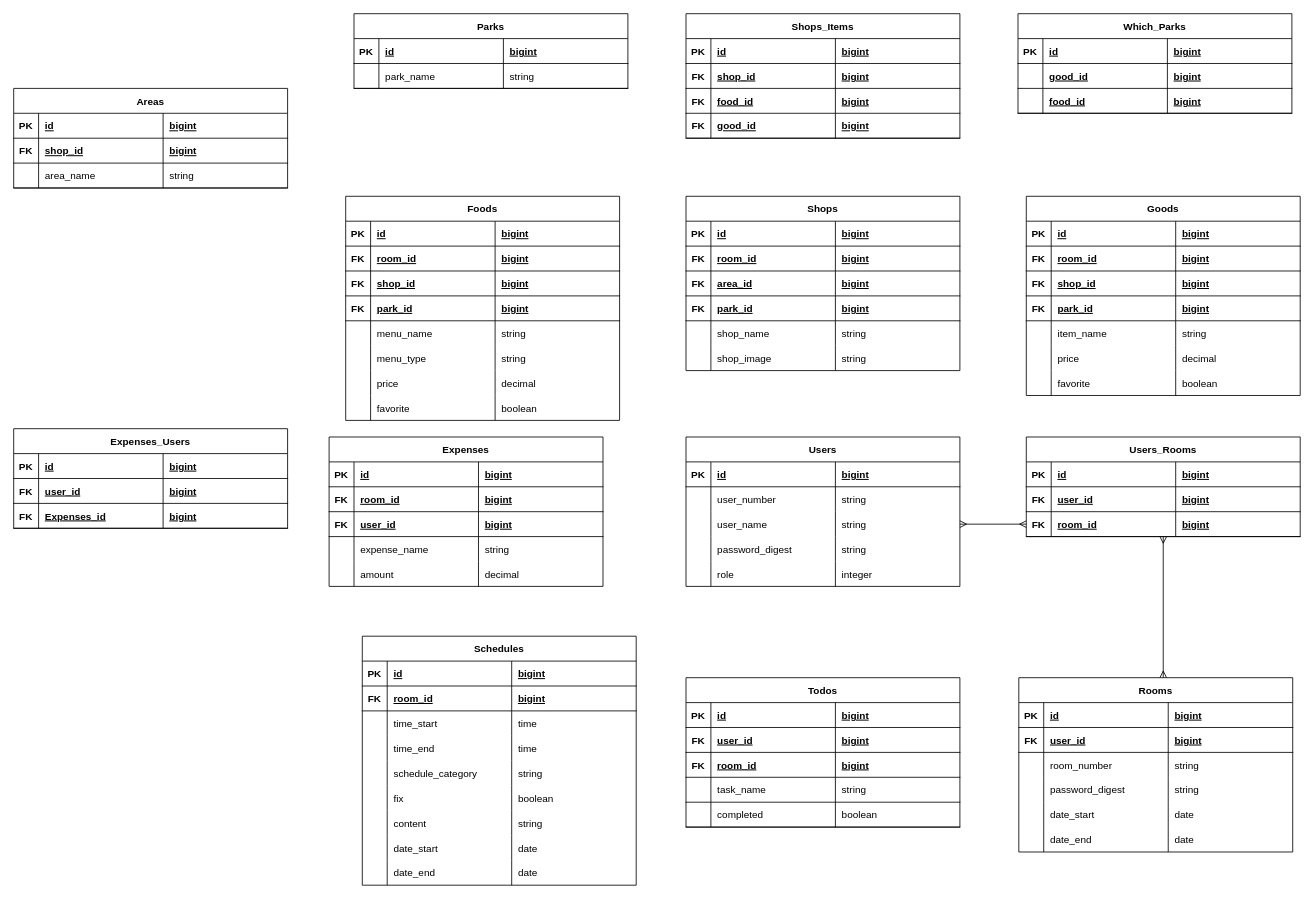
The draw.io diagram schedule_ER.dio in harumakimaki48/schedule, before the edit. Source tidied: cells renumbered, new cells numbered last; positions are measured from the earlier drawing's top-left corner, leaving out a move shared by most shapes. Both pictures are drawn from the tidied source at 83%, with x=0, y=0 at pixel (13, 13).
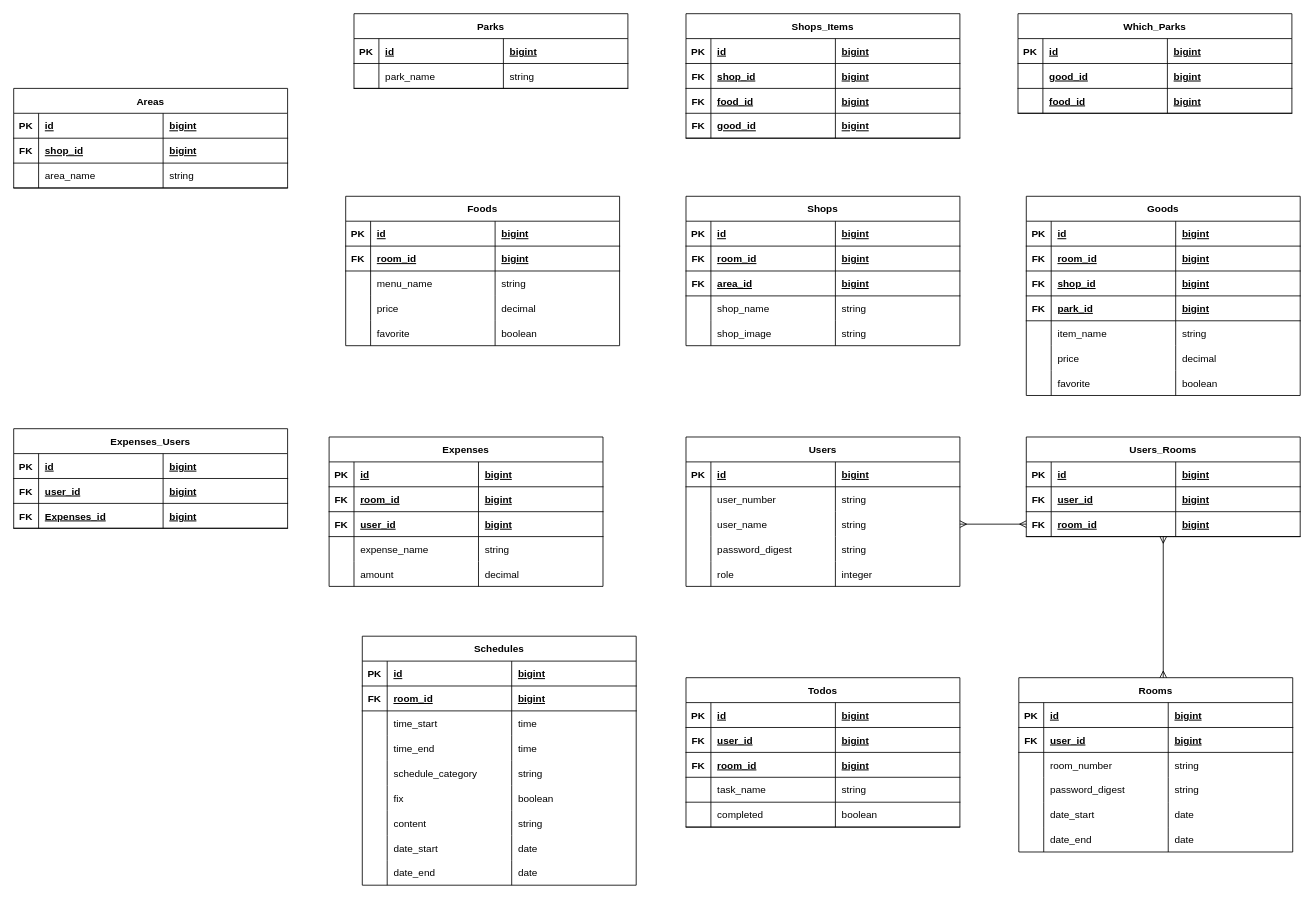
After the change.

Diff of the diagram source:
```diff
@@
     <mxCell id="85" value="Foods" style="shape=table;startSize=30;childLayout=tableLayout;rowLines=0;fontStyle=1;align=center;" parent="1" vertex="1">
-      <mxGeometry x="400" y="220" width="330" height="270" as="geometry" />
+      <mxGeometry x="400" y="220" width="330" height="180" as="geometry" />
     </mxCell>
@@
-    <mxCell id="94" style="shape=tableRow;horizontal=0;startSize=0;swimlaneHead=0;swimlaneBody=0;fillColor=none;top=0;left=0;right=0;bottom=1;" parent="85" vertex="1">
-      <mxGeometry y="90" width="330" height="30" as="geometry" />
-    </mxCell>
-    <mxCell id="95" value="FK" style="shape=partialRectangle;fillColor=none;top=0;left=0;bottom=0;right=0;fontStyle=1;overflow=hidden;" parent="94" vertex="1">
-      <mxGeometry width="30" height="30" as="geometry" />
-    </mxCell>
-    <mxCell id="96" value="shop_id" style="shape=partialRectangle;fillColor=none;top=0;left=0;bottom=0;right=0;align=left;spacingLeft=6;fontStyle=5;overflow=hidden;" parent="94" vertex="1">
-      <mxGeometry x="30" width="150" height="30" as="geometry" />
-    </mxCell>
-    <mxCell id="97" value="bigint" style="shape=partialRectangle;fillColor=none;top=0;left=0;bottom=0;right=0;align=left;spacingLeft=6;fontStyle=5;overflow=hidden;" parent="94" vertex="1">
-      <mxGeometry x="180" width="150" height="30" as="geometry" />
-    </mxCell>
-    <mxCell id="98" style="shape=tableRow;horizontal=0;startSize=0;swimlaneHead=0;swimlaneBody=0;fillColor=none;top=0;left=0;right=0;bottom=1;" parent="85" vertex="1">
-      <mxGeometry y="120" width="330" height="30" as="geometry" />
-    </mxCell>
-    <mxCell id="99" value="FK" style="shape=partialRectangle;fillColor=none;top=0;left=0;bottom=0;right=0;fontStyle=1;overflow=hidden;" parent="98" vertex="1">
-      <mxGeometry width="30" height="30" as="geometry" />
-    </mxCell>
-    <mxCell id="100" value="park_id" style="shape=partialRectangle;fillColor=none;top=0;left=0;bottom=0;right=0;align=left;spacingLeft=6;fontStyle=5;overflow=hidden;" parent="98" vertex="1">
-      <mxGeometry x="30" width="150" height="30" as="geometry" />
-    </mxCell>
-    <mxCell id="101" value="bigint" style="shape=partialRectangle;fillColor=none;top=0;left=0;bottom=0;right=0;align=left;spacingLeft=6;fontStyle=5;overflow=hidden;" parent="98" vertex="1">
-      <mxGeometry x="180" width="150" height="30" as="geometry" />
-    </mxCell>
     <mxCell id="102" style="shape=tableRow;horizontal=0;startSize=0;swimlaneHead=0;swimlaneBody=0;fillColor=none;top=0;left=0;right=0;bottom=0;" parent="85" vertex="1">
-      <mxGeometry y="150" width="330" height="30" as="geometry" />
+      <mxGeometry y="90" width="330" height="30" as="geometry" />
     </mxCell>
@@
-    <mxCell id="106" style="shape=tableRow;horizontal=0;startSize=0;swimlaneHead=0;swimlaneBody=0;fillColor=none;top=0;left=0;right=0;bottom=0;" parent="85" vertex="1">
-      <mxGeometry y="180" width="330" height="30" as="geometry" />
-    </mxCell>
-    <mxCell id="107" style="shape=partialRectangle;fillColor=none;top=0;left=0;bottom=0;right=0;overflow=hidden;" parent="106" vertex="1">
-      <mxGeometry width="30" height="30" as="geometry" />
-    </mxCell>
-    <mxCell id="108" value="menu_type" style="shape=partialRectangle;fillColor=none;top=0;left=0;bottom=0;right=0;align=left;spacingLeft=6;overflow=hidden;" parent="106" vertex="1">
-      <mxGeometry x="30" width="150" height="30" as="geometry" />
-    </mxCell>
-    <mxCell id="109" value="string" style="shape=partialRectangle;fillColor=none;top=0;left=0;bottom=0;right=0;align=left;spacingLeft=6;overflow=hidden;" parent="106" vertex="1">
-      <mxGeometry x="180" width="150" height="30" as="geometry" />
-    </mxCell>
     <mxCell id="110" style="shape=tableRow;horizontal=0;startSize=0;swimlaneHead=0;swimlaneBody=0;fillColor=none;top=0;left=0;right=0;bottom=0;" parent="85" vertex="1">
-      <mxGeometry y="210" width="330" height="30" as="geometry" />
+      <mxGeometry y="120" width="330" height="30" as="geometry" />
     </mxCell>
@@
     <mxCell id="114" style="shape=tableRow;horizontal=0;startSize=0;swimlaneHead=0;swimlaneBody=0;fillColor=none;top=0;left=0;right=0;bottom=0;" parent="85" vertex="1">
-      <mxGeometry y="240" width="330" height="30" as="geometry" />
+      <mxGeometry y="150" width="330" height="30" as="geometry" />
     </mxCell>
@@
     <mxCell id="168" value="Shops" style="shape=table;startSize=30;childLayout=tableLayout;rowLines=0;fontStyle=1;align=center;" parent="1" vertex="1">
-      <mxGeometry x="810" y="220" width="330" height="210" as="geometry" />
+      <mxGeometry x="810" y="220" width="330" height="180" as="geometry" />
     </mxCell>
@@
-    <mxCell id="181" style="shape=tableRow;horizontal=0;startSize=0;swimlaneHead=0;swimlaneBody=0;fillColor=none;top=0;left=0;right=0;bottom=1;" parent="168" vertex="1">
-      <mxGeometry y="120" width="330" height="30" as="geometry" />
-    </mxCell>
-    <mxCell id="182" value="FK" style="shape=partialRectangle;fillColor=none;top=0;left=0;bottom=0;right=0;fontStyle=1;overflow=hidden;" parent="181" vertex="1">
-      <mxGeometry width="30" height="30" as="geometry" />
-    </mxCell>
-    <mxCell id="183" value="park_id" style="shape=partialRectangle;fillColor=none;top=0;left=0;bottom=0;right=0;align=left;spacingLeft=6;fontStyle=5;overflow=hidden;" parent="181" vertex="1">
-      <mxGeometry x="30" width="150" height="30" as="geometry" />
-    </mxCell>
-    <mxCell id="184" value="bigint" style="shape=partialRectangle;fillColor=none;top=0;left=0;bottom=0;right=0;align=left;spacingLeft=6;fontStyle=5;overflow=hidden;" parent="181" vertex="1">
-      <mxGeometry x="180" width="150" height="30" as="geometry" />
-    </mxCell>
     <mxCell id="185" style="shape=tableRow;horizontal=0;startSize=0;swimlaneHead=0;swimlaneBody=0;fillColor=none;top=0;left=0;right=0;bottom=0;" parent="168" vertex="1">
-      <mxGeometry y="150" width="330" height="30" as="geometry" />
+      <mxGeometry y="120" width="330" height="30" as="geometry" />
     </mxCell>
@@
     <mxCell id="189" style="shape=tableRow;horizontal=0;startSize=0;swimlaneHead=0;swimlaneBody=0;fillColor=none;top=0;left=0;right=0;bottom=0;" parent="168" vertex="1">
-      <mxGeometry y="180" width="330" height="30" as="geometry" />
+      <mxGeometry y="150" width="330" height="30" as="geometry" />
     </mxCell>
@@
+    <mxCell id="295" style="edgeStyle=none;html=1;exitX=1;exitY=0.5;exitDx=0;exitDy=0;entryX=0;entryY=0.5;entryDx=0;entryDy=0;startArrow=ERmany;startFill=0;endArrow=ERmany;endFill=0;" parent="1" edge="1">
+      <mxGeometry relative="1" as="geometry" />
+    </mxCell>
```
